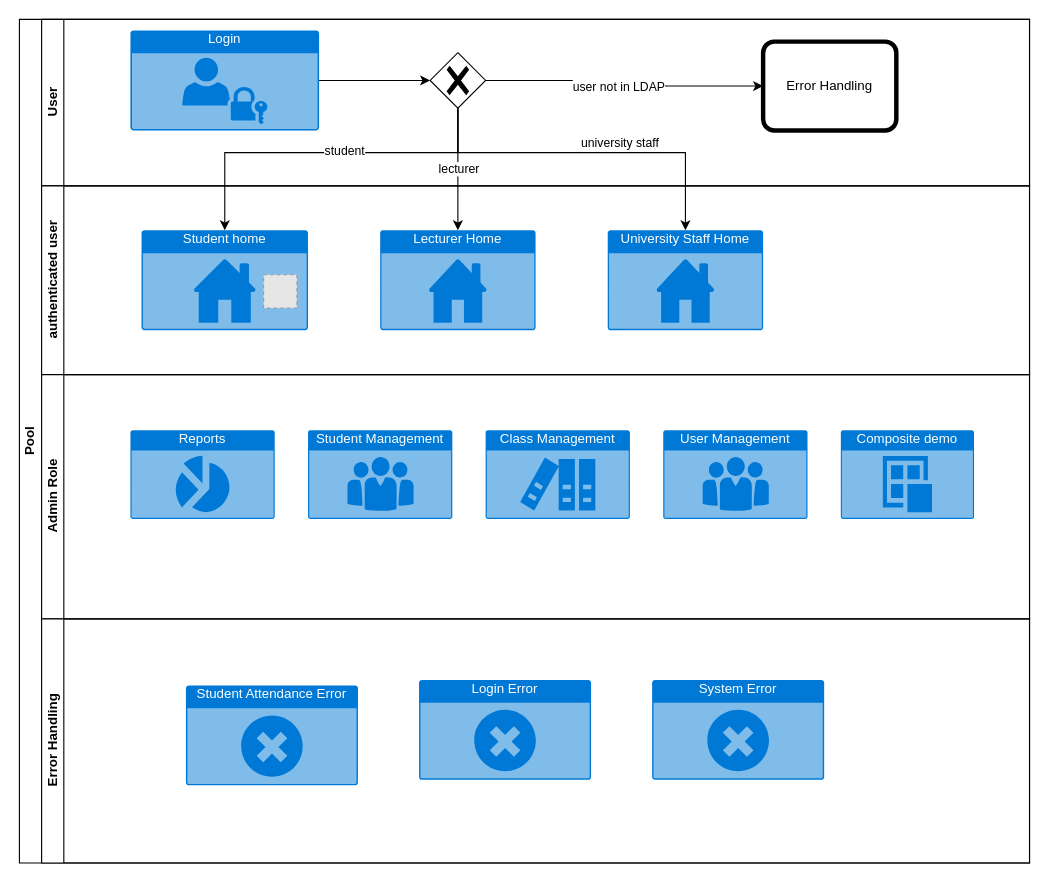
Before: page "Sitemap" (4 of 10) of project-diagrams.drawio in aleon1220/multi-cloud-WebApp-Attendance, a draw.io diagram. Source tidied: cells renumbered, new cells numbered last; positions are measured from the earlier drawing's top-left corner, leaving out a move shared by most shapes. Both pictures are drawn from the tidied source at 111%, with x=0, y=0 at pixel (19, 19). Pictures stored in the file or linked from it are replaced by grey dashed boxes.
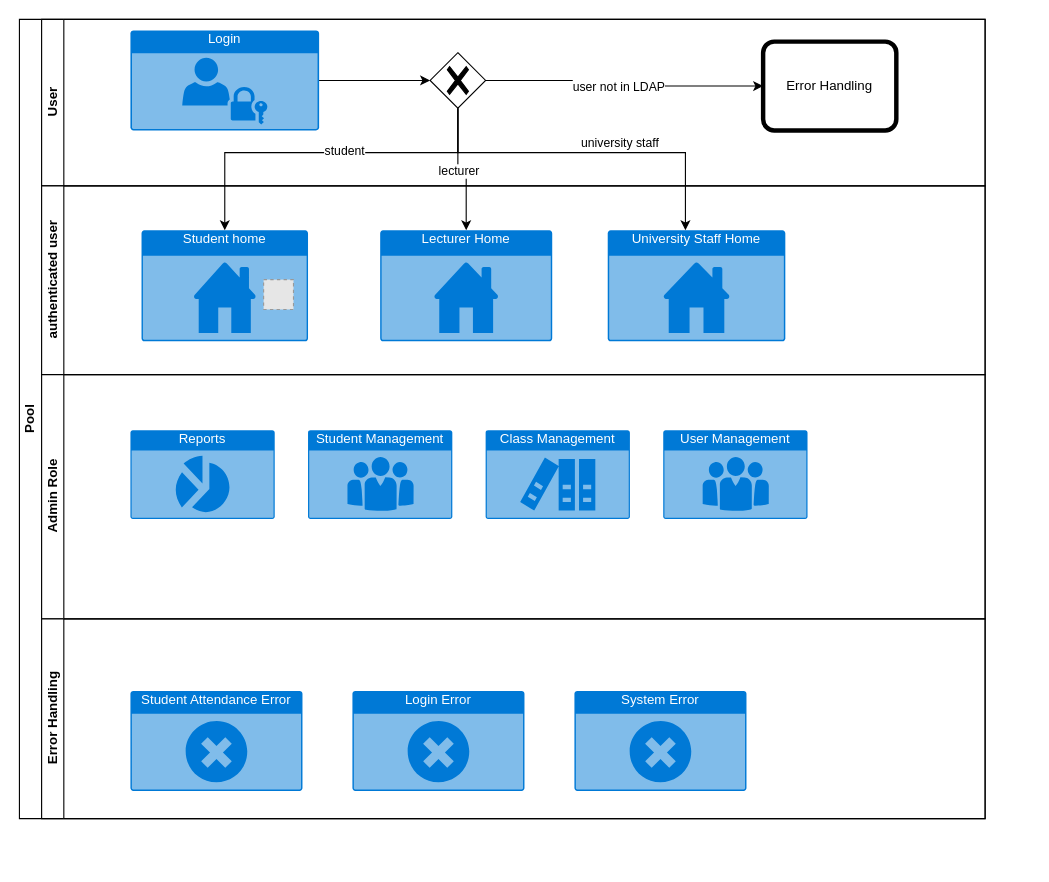
Above is the later version.

Change to the diagram source:
```diff
@@
     <mxCell id="2" value="Pool" style="swimlane;html=1;horizontal=0;startSize=20;whiteSpace=wrap;" parent="1" vertex="1">
-      <mxGeometry width="910" height="760" as="geometry" />
+      <mxGeometry width="870" height="720" as="geometry" />
     </mxCell>
     <mxCell id="3" value="User" style="swimlane;html=1;startSize=20;horizontal=0;" parent="2" vertex="1">
-      <mxGeometry x="20" width="890" height="150" as="geometry" />
+      <mxGeometry x="20" width="850" height="150" as="geometry" />
     </mxCell>
@@
     <mxCell id="10" value="authenticated user" style="swimlane;html=1;startSize=20;horizontal=0;" parent="2" vertex="1">
-      <mxGeometry x="20" y="150" width="890" height="170" as="geometry" />
+      <mxGeometry x="20" y="150" width="850" height="170" as="geometry" />
     </mxCell>
     <mxCell id="11" value="Lecturer Home" style="html=1;whiteSpace=wrap;strokeColor=none;fillColor=#0079D6;labelPosition=center;verticalLabelPosition=middle;verticalAlign=top;align=center;fontSize=12;outlineConnect=0;spacingTop=-6;fontColor=#FFFFFF;sketch=0;shape=mxgraph.sitemap.home;" parent="10" vertex="1">
-      <mxGeometry x="305" y="40" width="140" height="90" as="geometry" />
+      <mxGeometry x="305" y="40" width="155" height="100" as="geometry" />
     </mxCell>
     <mxCell id="12" value="University Staff Home" style="html=1;whiteSpace=wrap;strokeColor=none;fillColor=#0079D6;labelPosition=center;verticalLabelPosition=middle;verticalAlign=top;align=center;fontSize=12;outlineConnect=0;spacingTop=-6;fontColor=#FFFFFF;sketch=0;shape=mxgraph.sitemap.home;" parent="10" vertex="1">
-      <mxGeometry x="510" y="40" width="140" height="90" as="geometry" />
+      <mxGeometry x="510" y="40" width="160" height="100" as="geometry" />
     </mxCell>
     <mxCell id="13" style="group;" parent="10" vertex="1">
-      <mxGeometry x="90" y="40" width="150" height="90" as="geometry" />
+      <mxGeometry x="90" y="40" width="150" height="100" as="geometry" />
     </mxCell>
     <mxCell id="14" value="Student home" style="html=1;whiteSpace=wrap;strokeColor=none;fillColor=#0079D6;labelPosition=center;verticalLabelPosition=middle;verticalAlign=top;align=center;fontSize=12;outlineConnect=0;spacingTop=-6;fontColor=#FFFFFF;sketch=0;shape=mxgraph.sitemap.home;" parent="13" vertex="1">
-      <mxGeometry width="150" height="90" as="geometry" />
+      <mxGeometry width="150" height="100" as="geometry" />
     </mxCell>
     <mxCell id="15" style="fillColor=#E6E6E6;strokeColor=#999999;dashed=1;verticalLabelPosition=bottom;labelBackgroundColor=default;verticalAlign=top;" parent="13" vertex="1">
-      <mxGeometry x="110" y="40" width="30" height="30" as="geometry" />
+      <mxGeometry x="110" y="44.4" width="26.9" height="26.9" as="geometry" />
     </mxCell>
     <mxCell id="16" value="Admin Role" style="swimlane;html=1;startSize=20;horizontal=0;" parent="2" vertex="1">
-      <mxGeometry x="20" y="320" width="890" height="220" as="geometry" />
+      <mxGeometry x="20" y="320" width="850" height="220" as="geometry" />
     </mxCell>
@@
-    <mxCell id="21" value="Composite demo" style="html=1;whiteSpace=wrap;strokeColor=none;fillColor=#0079D6;labelPosition=center;verticalLabelPosition=middle;verticalAlign=top;align=center;fontSize=12;spacingTop=-6;fontColor=#FFFFFF;sketch=0;shape=mxgraph.sitemap.post;" parent="16" vertex="1">
-      <mxGeometry x="720" y="50" width="120" height="80" as="geometry" />
-    </mxCell>
@@
     <mxCell id="28" value="Error Handling" style="swimlane;html=1;startSize=20;horizontal=0;" parent="2" vertex="1">
-      <mxGeometry x="20" y="540" width="890" height="220" as="geometry" />
+      <mxGeometry x="20" y="540" width="850" height="180" as="geometry" />
     </mxCell>
     <mxCell id="29" value="Login Error" style="html=1;whiteSpace=wrap;strokeColor=none;fillColor=#0079D6;labelPosition=center;verticalLabelPosition=middle;verticalAlign=top;align=center;fontSize=12;spacingTop=-6;fontColor=#FFFFFF;sketch=0;shape=mxgraph.sitemap.error;" parent="28" vertex="1">
-      <mxGeometry x="340" y="55" width="155" height="90" as="geometry" />
+      <mxGeometry x="280" y="65" width="155" height="90" as="geometry" />
     </mxCell>
     <mxCell id="30" value="Student Attendance Error" style="html=1;whiteSpace=wrap;strokeColor=none;fillColor=#0079D6;labelPosition=center;verticalLabelPosition=middle;verticalAlign=top;align=center;fontSize=12;spacingTop=-6;fontColor=#FFFFFF;sketch=0;shape=mxgraph.sitemap.error;" parent="28" vertex="1">
-      <mxGeometry x="130" y="60" width="155" height="90" as="geometry" />
+      <mxGeometry x="80" y="65" width="155" height="90" as="geometry" />
     </mxCell>
     <mxCell id="31" value="System Error" style="html=1;whiteSpace=wrap;strokeColor=none;fillColor=#0079D6;labelPosition=center;verticalLabelPosition=middle;verticalAlign=top;align=center;fontSize=12;spacingTop=-6;fontColor=#FFFFFF;sketch=0;shape=mxgraph.sitemap.error;" parent="28" vertex="1">
-      <mxGeometry x="550" y="55" width="155" height="90" as="geometry" />
+      <mxGeometry x="480" y="65" width="155" height="90" as="geometry" />
     </mxCell>
```
